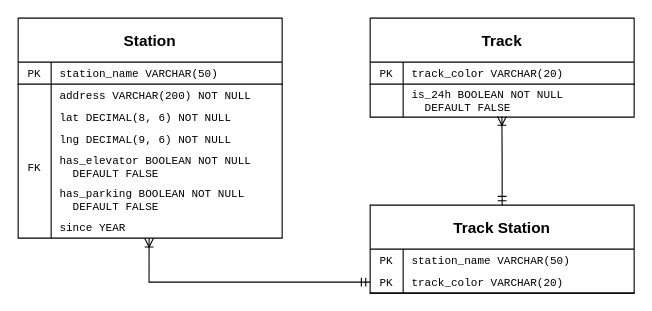
The draw.io diagram assignments/hw4/diagram.drawio in hanggrian/IIT-ITM515, before the edit. Source tidied: cells renumbered, new cells numbered last; positions are measured from the earlier drawing's top-left corner, leaving out a move shared by most shapes. Both pictures are drawn from the tidied source at 110%, with x=0, y=0 at pixel (18, 18).
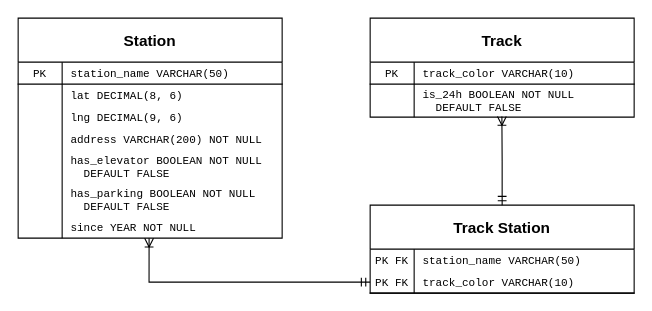
After the change.

Unchanged cells that the change refers to:
```xml
<mxCell id="3" style="shape=partialRectangle;fillColor=none;top=0;left=0;right=0;bottom=1;fontSize=10;fontFamily=Courier New;" parent="2" vertex="1">
  <mxGeometry y="40" width="240" height="20" as="geometry" />
</mxCell>
<mxCell id="6" style="shape=partialRectangle;fillColor=none;top=0;left=0;right=0;bottom=0;fontSize=10;fontFamily=Courier New;" parent="2" vertex="1">
  <mxGeometry y="60" width="240" height="20" as="geometry" />
</mxCell>
<mxCell id="9" style="shape=tableRow;horizontal=0;startSize=0;swimlaneHead=0;swimlaneBody=0;fillColor=none;top=0;left=0;right=0;bottom=0;" parent="2" vertex="1">
  <mxGeometry y="80" width="240" height="20" as="geometry" />
</mxCell>
<mxCell id="12" style="shape=tableRow;horizontal=0;startSize=0;swimlaneHead=0;swimlaneBody=0;fillColor=none;top=0;left=0;right=0;bottom=0;" parent="2" vertex="1">
  <mxGeometry y="100" width="240" height="20" as="geometry" />
</mxCell>
<mxCell id="15" style="shape=tableRow;horizontal=0;startSize=0;swimlaneHead=0;swimlaneBody=0;fillColor=none;top=0;left=0;right=0;bottom=0;" parent="2" vertex="1">
  <mxGeometry y="120" width="240" height="30" as="geometry" />
</mxCell>
<mxCell id="18" style="shape=tableRow;horizontal=0;startSize=0;swimlaneHead=0;swimlaneBody=0;fillColor=none;top=0;left=0;right=0;bottom=0;" parent="2" vertex="1">
  <mxGeometry y="150" width="240" height="30" as="geometry" />
</mxCell>
<mxCell id="21" style="shape=tableRow;horizontal=0;startSize=0;swimlaneHead=0;swimlaneBody=0;fillColor=none;points=[[0,0.5],[1,0.5]];portConstraint=eastwest;top=0;left=0;right=0;bottom=0;" parent="2" vertex="1">
  <mxGeometry y="180" width="240" height="20" as="geometry" />
</mxCell>
<mxCell id="25" style="shape=partialRectangle;fillColor=none;top=0;left=0;right=0;bottom=1;fontSize=10;fontFamily=Courier New;" parent="24" vertex="1">
  <mxGeometry y="40" width="240" height="20" as="geometry" />
</mxCell>
<mxCell id="28" style="shape=partialRectangle;fillColor=none;points=[[0,0.5],[1,0.5]];portConstraint=eastwest;top=0;left=0;right=0;bottom=0;fontSize=10;fontFamily=Courier New;" parent="24" vertex="1">
  <mxGeometry y="60" width="240" height="30" as="geometry" />
</mxCell>
<mxCell id="32" style="shape=tableRow;horizontal=0;startSize=0;swimlaneHead=0;swimlaneBody=0;fillColor=none;top=0;left=0;right=0;bottom=0;" parent="31" vertex="1">
  <mxGeometry y="40" width="240" height="20" as="geometry" />
</mxCell>
<mxCell id="35" style="shape=partialRectangle;fillColor=none;points=[[0,0.5],[1,0.5]];portConstraint=eastwest;top=0;left=0;right=0;bottom=1;fontSize=10;fontFamily=Courier New;" parent="31" vertex="1">
  <mxGeometry y="60" width="240" height="20" as="geometry" />
</mxCell>
```

What changed in the source:
```diff
@@
     <mxCell id="4" value="PK" style="shape=partialRectangle;overflow=hidden;fillColor=none;top=0;left=0;bottom=0;right=0;fontStyle=0;fontSize=10;fontFamily=Courier New;" parent="3" vertex="1">
-      <mxGeometry width="30" height="20" as="geometry" />
+      <mxGeometry width="40" height="20" as="geometry" />
     </mxCell>
     <mxCell id="5" value="station_name VARCHAR(50)" style="shape=partialRectangle;overflow=hidden;fillColor=none;top=0;left=0;bottom=0;right=0;align=left;spacingLeft=6;fontStyle=0;fontSize=10;fontFamily=Courier New;" parent="3" vertex="1">
-      <mxGeometry x="30" width="210" height="20" as="geometry" />
+      <mxGeometry x="40" width="200" height="20" as="geometry" />
     </mxCell>
@@
     <mxCell id="7" style="shape=partialRectangle;overflow=hidden;fillColor=none;top=0;left=0;bottom=0;right=0;fontSize=10;fontFamily=Courier New;" parent="6" vertex="1">
-      <mxGeometry width="30" height="20" as="geometry" />
+      <mxGeometry width="40" height="20" as="geometry" />
     </mxCell>
-    <mxCell id="8" value="address VARCHAR(200) NOT NULL" style="shape=partialRectangle;overflow=hidden;fillColor=none;top=0;left=0;bottom=0;right=0;align=left;spacingLeft=6;fontSize=10;fontStyle=0;fontFamily=Courier New;" parent="6" vertex="1">
-      <mxGeometry x="30" width="210" height="20" as="geometry" />
+    <mxCell id="8" value="lat DECIMAL(8, 6)" style="shape=partialRectangle;overflow=hidden;fillColor=none;top=0;left=0;bottom=0;right=0;align=left;spacingLeft=6;fontSize=10;fontStyle=0;fontFamily=Courier New;" parent="6" vertex="1">
+      <mxGeometry x="40" width="200" height="20" as="geometry" />
     </mxCell>
@@
     <mxCell id="10" style="shape=partialRectangle;fillColor=none;top=0;left=0;bottom=0;right=0;overflow=hidden;fontSize=10;fontFamily=Courier New;" parent="9" vertex="1">
-      <mxGeometry width="30" height="20" as="geometry" />
+      <mxGeometry width="40" height="20" as="geometry" />
     </mxCell>
-    <mxCell id="11" value="lat DECIMAL(8, 6) NOT NULL" style="shape=partialRectangle;fillColor=none;top=0;left=0;bottom=0;right=0;align=left;spacingLeft=6;overflow=hidden;fontSize=10;fontFamily=Courier New;" parent="9" vertex="1">
-      <mxGeometry x="30" width="210" height="20" as="geometry" />
+    <mxCell id="11" value="lng DECIMAL(9, 6)" style="shape=partialRectangle;fillColor=none;top=0;left=0;bottom=0;right=0;align=left;spacingLeft=6;overflow=hidden;fontSize=10;fontFamily=Courier New;" parent="9" vertex="1">
+      <mxGeometry x="40" width="200" height="20" as="geometry" />
     </mxCell>
@@
     <mxCell id="13" style="shape=partialRectangle;fillColor=none;top=0;left=0;bottom=0;right=0;overflow=hidden;fontSize=10;fontFamily=Courier New;" parent="12" vertex="1">
-      <mxGeometry width="30" height="20" as="geometry" />
+      <mxGeometry width="40" height="20" as="geometry" />
     </mxCell>
-    <mxCell id="14" value="lng DECIMAL(9, 6) NOT NULL" style="shape=partialRectangle;fillColor=none;top=0;left=0;bottom=0;right=0;align=left;spacingLeft=6;overflow=hidden;fontSize=10;fontFamily=Courier New;" parent="12" vertex="1">
-      <mxGeometry x="30" width="210" height="20" as="geometry" />
+    <mxCell id="14" value="address VARCHAR(200) NOT NULL" style="shape=partialRectangle;fillColor=none;top=0;left=0;bottom=0;right=0;align=left;spacingLeft=6;overflow=hidden;fontSize=10;fontFamily=Courier New;" parent="12" vertex="1">
+      <mxGeometry x="40" width="200" height="20" as="geometry" />
     </mxCell>
@@
-    <mxCell id="16" value="FK" style="shape=partialRectangle;fillColor=none;top=0;left=0;bottom=0;right=0;overflow=hidden;fontSize=10;fontFamily=Courier New;" parent="15" vertex="1">
-      <mxGeometry width="30" height="30" as="geometry" />
+    <mxCell id="16" style="shape=partialRectangle;fillColor=none;top=0;left=0;bottom=0;right=0;overflow=hidden;fontSize=10;fontFamily=Courier New;" parent="15" vertex="1">
+      <mxGeometry width="40" height="30" as="geometry" />
     </mxCell>
     <mxCell id="17" value="has_elevator BOOLEAN NOT NULL&#10;  DEFAULT FALSE" style="shape=partialRectangle;fillColor=none;top=0;left=0;bottom=0;right=0;align=left;spacingLeft=6;overflow=hidden;fontSize=10;fontFamily=Courier New;" parent="15" vertex="1">
-      <mxGeometry x="30" width="210" height="30" as="geometry" />
+      <mxGeometry x="40" width="200" height="30" as="geometry" />
     </mxCell>
@@
     <mxCell id="19" style="shape=partialRectangle;fillColor=none;top=0;left=0;bottom=0;right=0;overflow=hidden;fontSize=10;fontFamily=Courier New;" parent="18" vertex="1">
-      <mxGeometry width="30" height="30" as="geometry" />
+      <mxGeometry width="40" height="30" as="geometry" />
     </mxCell>
     <mxCell id="20" value="has_parking BOOLEAN NOT NULL&#10;  DEFAULT FALSE" style="shape=partialRectangle;fillColor=none;top=0;left=0;bottom=0;right=0;align=left;spacingLeft=6;overflow=hidden;fontSize=10;fontFamily=Courier New;" parent="18" vertex="1">
-      <mxGeometry x="30" width="210" height="30" as="geometry" />
+      <mxGeometry x="40" width="200" height="30" as="geometry" />
     </mxCell>
@@
     <mxCell id="22" style="shape=partialRectangle;fillColor=none;top=0;left=0;bottom=0;right=0;overflow=hidden;" parent="21" vertex="1">
-      <mxGeometry width="30" height="20" as="geometry" />
+      <mxGeometry width="40" height="20" as="geometry" />
     </mxCell>
-    <mxCell id="23" value="since YEAR" style="shape=partialRectangle;fillColor=none;top=0;left=0;bottom=0;right=0;align=left;spacingLeft=6;overflow=hidden;fontSize=10;fontFamily=Courier New;" parent="21" vertex="1">
-      <mxGeometry x="30" width="210" height="20" as="geometry" />
+    <mxCell id="23" value="since YEAR NOT NULL" style="shape=partialRectangle;fillColor=none;top=0;left=0;bottom=0;right=0;align=left;spacingLeft=6;overflow=hidden;fontSize=10;fontFamily=Courier New;" parent="21" vertex="1">
+      <mxGeometry x="40" width="200" height="20" as="geometry" />
     </mxCell>
@@
     <mxCell id="26" value="PK" style="shape=partialRectangle;overflow=hidden;fillColor=none;top=0;left=0;bottom=0;right=0;fontStyle=0;fontSize=10;fontFamily=Courier New;" parent="25" vertex="1">
-      <mxGeometry width="30" height="20" as="geometry" />
+      <mxGeometry width="40" height="20" as="geometry" />
     </mxCell>
-    <mxCell id="27" value="track_color VARCHAR(20)" style="shape=partialRectangle;overflow=hidden;fillColor=none;top=0;left=0;bottom=0;right=0;align=left;spacingLeft=6;fontStyle=0;fontSize=10;fontFamily=Courier New;" parent="25" vertex="1">
-      <mxGeometry x="30" width="210" height="20" as="geometry" />
+    <mxCell id="27" value="track_color VARCHAR(10)" style="shape=partialRectangle;overflow=hidden;fillColor=none;top=0;left=0;bottom=0;right=0;align=left;spacingLeft=6;fontStyle=0;fontSize=10;fontFamily=Courier New;" parent="25" vertex="1">
+      <mxGeometry x="40" width="200" height="20" as="geometry" />
     </mxCell>
@@
     <mxCell id="29" style="shape=partialRectangle;overflow=hidden;fillColor=none;top=0;left=0;bottom=0;right=0;fontSize=10;fontFamily=Courier New;" parent="28" vertex="1">
-      <mxGeometry width="30" height="30" as="geometry" />
+      <mxGeometry width="40" height="30" as="geometry" />
     </mxCell>
     <mxCell id="30" value="is_24h BOOLEAN NOT NULL&#10;  DEFAULT FALSE" style="shape=partialRectangle;overflow=hidden;fillColor=none;top=0;left=0;bottom=0;right=0;align=left;spacingLeft=6;fontSize=10;fontStyle=0;fontFamily=Courier New;" parent="28" vertex="1">
-      <mxGeometry x="30" width="210" height="30" as="geometry" />
+      <mxGeometry x="40" width="200" height="30" as="geometry" />
     </mxCell>
@@
-    <mxCell id="33" value="PK" style="shape=partialRectangle;fillColor=none;top=0;left=0;bottom=0;right=0;overflow=hidden;fontSize=10;fontFamily=Courier New;" parent="32" vertex="1">
-      <mxGeometry width="30" height="20" as="geometry" />
+    <mxCell id="33" value="PK FK" style="shape=partialRectangle;fillColor=none;top=0;left=0;bottom=0;right=0;overflow=hidden;fontSize=10;fontFamily=Courier New;" parent="32" vertex="1">
+      <mxGeometry width="40" height="20" as="geometry" />
     </mxCell>
     <mxCell id="34" value="station_name VARCHAR(50)" style="shape=partialRectangle;fillColor=none;top=0;left=0;bottom=0;right=0;align=left;spacingLeft=6;overflow=hidden;fontSize=10;fontFamily=Courier New;" parent="32" vertex="1">
-      <mxGeometry x="30" width="210" height="20" as="geometry" />
+      <mxGeometry x="40" width="200" height="20" as="geometry" />
     </mxCell>
@@
-    <mxCell id="36" value="PK" style="shape=partialRectangle;overflow=hidden;fillColor=none;top=0;left=0;bottom=0;right=0;fontStyle=0;fontSize=10;fontFamily=Courier New;" parent="35" vertex="1">
-      <mxGeometry width="30" height="20" as="geometry" />
+    <mxCell id="36" value="PK FK" style="shape=partialRectangle;overflow=hidden;fillColor=none;top=0;left=0;bottom=0;right=0;fontStyle=0;fontSize=10;fontFamily=Courier New;" parent="35" vertex="1">
+      <mxGeometry width="40" height="20" as="geometry" />
     </mxCell>
-    <mxCell id="37" value="track_color VARCHAR(20)" style="shape=partialRectangle;overflow=hidden;fillColor=none;top=0;left=0;bottom=0;right=0;align=left;spacingLeft=6;fontStyle=0;fontSize=10;fontFamily=Courier New;" parent="35" vertex="1">
-      <mxGeometry x="30" width="210" height="20" as="geometry" />
+    <mxCell id="37" value="track_color VARCHAR(10)" style="shape=partialRectangle;overflow=hidden;fillColor=none;top=0;left=0;bottom=0;right=0;align=left;spacingLeft=6;fontStyle=0;fontSize=10;fontFamily=Courier New;" parent="35" vertex="1">
+      <mxGeometry x="40" width="200" height="20" as="geometry" />
     </mxCell>
```
